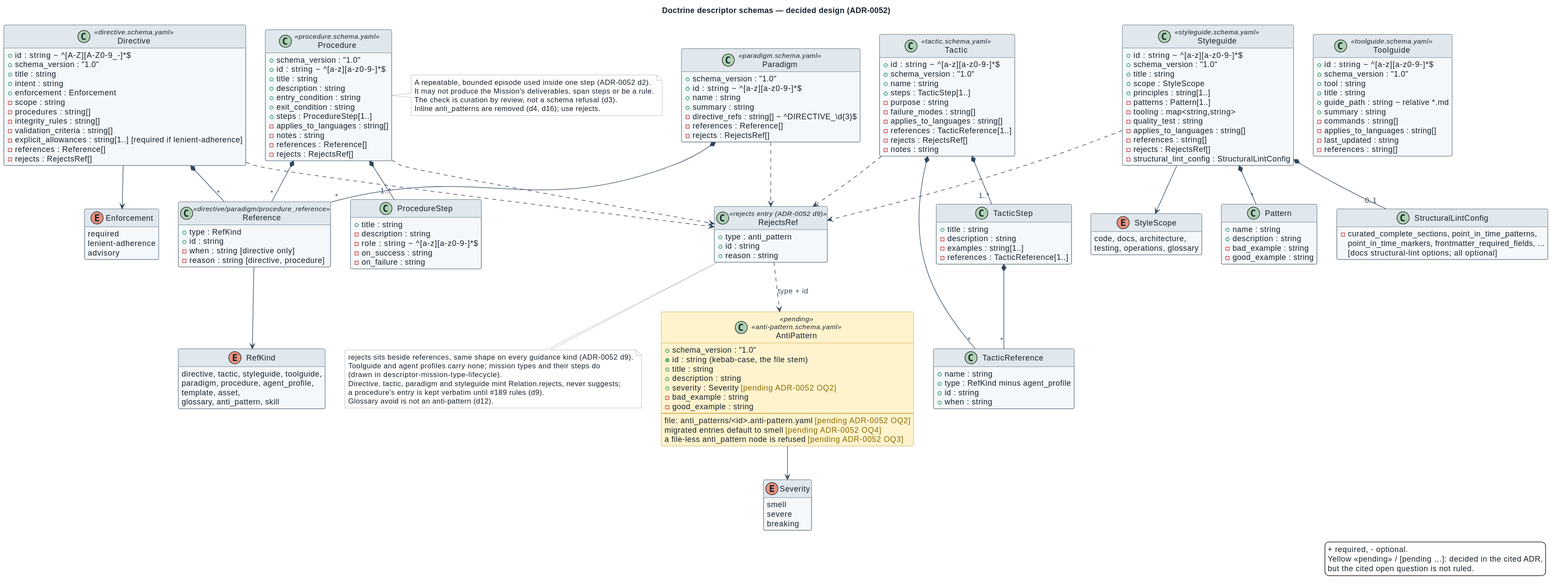
Earlier version of the PlantUML export docs/architecture/diagrams/descriptor-doctrine-kinds.svg (spec-kitty/spec-kitty-charter).
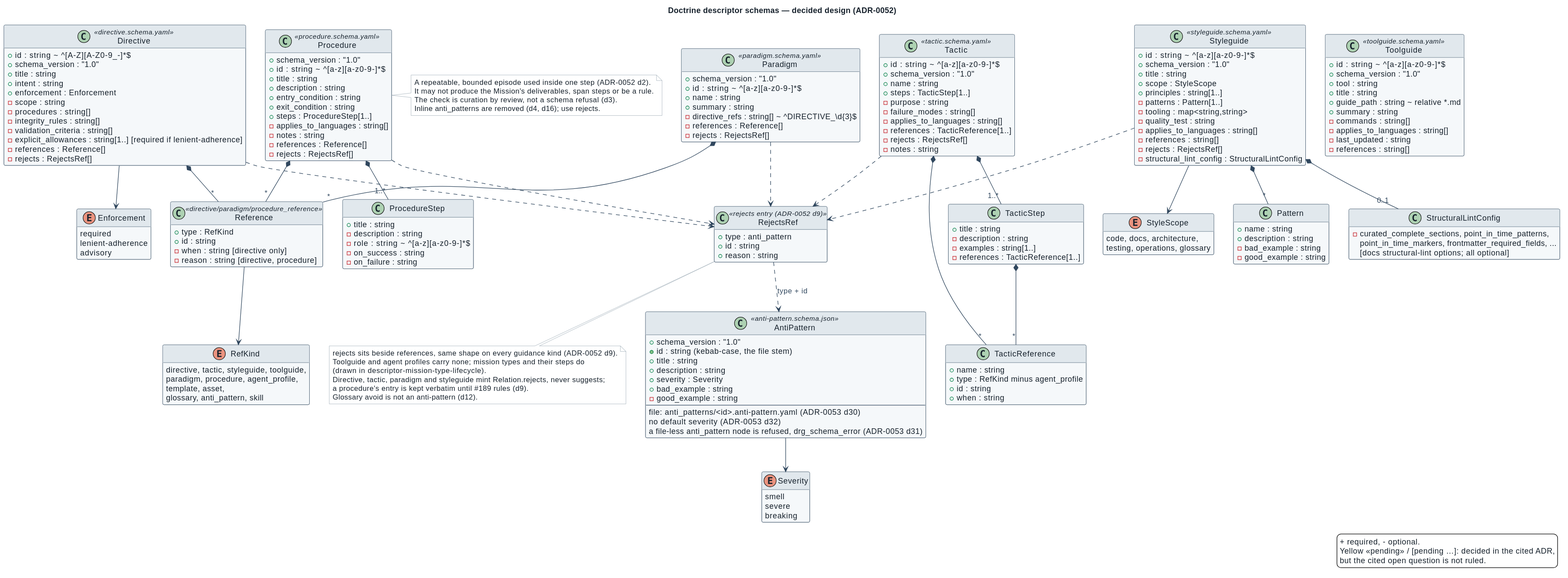
Later version of the same file.

Diff of the diagram source:
```diff
@@ -139,18 +139,18 @@
   - bad_example : string
   - good_example : string
 }
-class AntiPattern <<pending>> <<anti-pattern.schema.yaml>> {
+class AntiPattern <<anti-pattern.schema.json>> {
   + schema_version : "1.0"
   + id : string (kebab-case, the file stem)
   + title : string
   + description : string
-  + severity : Severity <color:#8A6D00>[pending ADR-0052 OQ2]</color>
-  - bad_example : string
+  + severity : Severity
+  + bad_example : string
   - good_example : string
   --
-  file: anti_patterns/<id>.anti-pattern.yaml <color:#8A6D00>[pending ADR-0052 OQ2]</color>
-  migrated entries default to smell <color:#8A6D00>[pending ADR-0052 OQ4]</color>
-  a file-less anti_pattern node is refused <color:#8A6D00>[pending ADR-0052 OQ3]</color>
+  file: anti_patterns/<id>.anti-pattern.yaml (ADR-0053 d30)
+  no default severity (ADR-0053 d32)
+  a file-less anti_pattern node is refused, drg_schema_error (ADR-0053 d31)
 }
 enum Severity {
   smell
```
